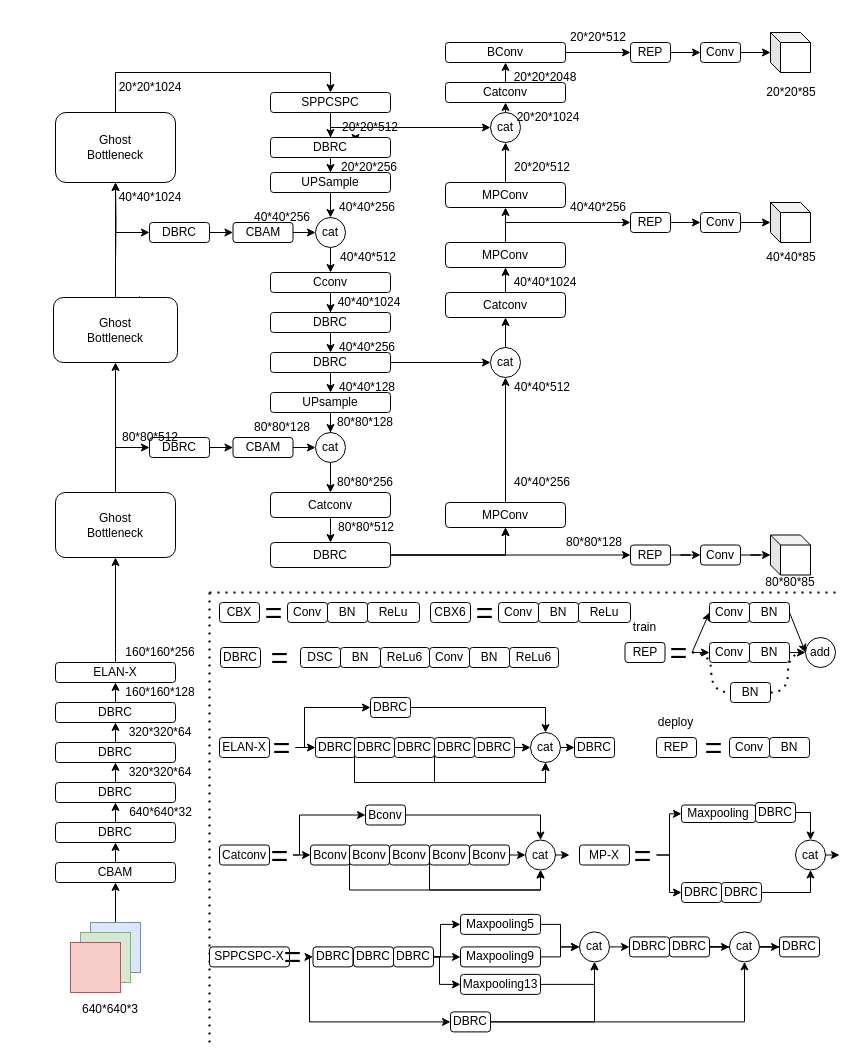
The draw.io diagram yolov7-xs.drawio in YANGJUNYAN0715/papers, before the edit. Source tidied: cells renumbered, new cells numbered last; positions are measured from the earlier drawing's top-left corner, leaving out a move shared by most shapes. Both pictures are drawn from the tidied source at 100%, with x=0, y=0 at pixel (53, 22).
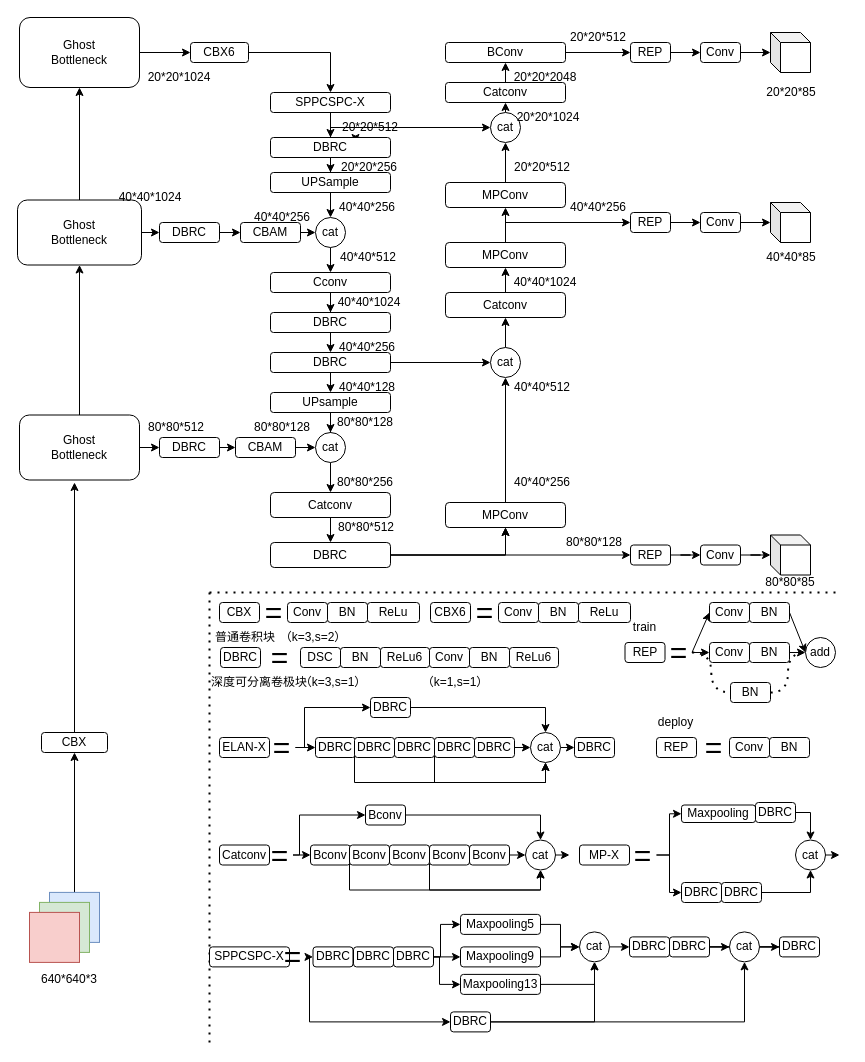
The same page after the edit.

Diff of the diagram source:
```diff
@@
-    <mxCell id="2" style="edgeStyle=orthogonalEdgeStyle;rounded=0;jettySize=auto;html=1;exitX=0.5;exitY=0;exitDx=0;exitDy=0;entryX=0.5;entryY=1;entryDx=0;entryDy=0;startArrow=none;" parent="1" edge="1" source="239" target="8">
-      <mxGeometry relative="1" as="geometry" />
-    </mxCell>
@@
     <mxCell id="4" style="whiteSpace=wrap;html=1;fillColor=#dae8fc;strokeColor=#6c8ebf;" parent="1" vertex="1">
-      <mxGeometry x="37" y="900" width="50" height="50" as="geometry" />
+      <mxGeometry x="-4" y="869.9" width="50" height="50" as="geometry" />
     </mxCell>
     <mxCell id="5" style="whiteSpace=wrap;html=1;fillColor=#d5e8d4;strokeColor=#82b366;" parent="1" vertex="1">
-      <mxGeometry x="27" y="910" width="50" height="50" as="geometry" />
+      <mxGeometry x="-14" y="879.9" width="50" height="50" as="geometry" />
     </mxCell>
     <mxCell id="6" style="whiteSpace=wrap;html=1;fillColor=#f8cecc;strokeColor=#b85450;" parent="1" vertex="1">
-      <mxGeometry x="17" y="920" width="50" height="50" as="geometry" />
+      <mxGeometry x="-24" y="889.9" width="50" height="50" as="geometry" />
     </mxCell>
-    <mxCell id="7" style="edgeStyle=orthogonalEdgeStyle;rounded=0;jettySize=auto;html=1;exitX=0.5;exitY=0;exitDx=0;exitDy=0;" parent="1" edge="1" source="8" target="10">
-      <mxGeometry relative="1" as="geometry" />
-    </mxCell>
-    <mxCell id="8" value="DBRC" style="rounded=1;whiteSpace=wrap;html=1;" parent="1" vertex="1">
-      <mxGeometry x="2" y="800" width="120" height="20" as="geometry" />
-    </mxCell>
-    <mxCell id="9" style="edgeStyle=orthogonalEdgeStyle;rounded=0;jettySize=auto;html=1;" parent="1" edge="1" source="10" target="12">
-      <mxGeometry relative="1" as="geometry" />
-    </mxCell>
-    <mxCell id="10" value="DBRC" style="rounded=1;whiteSpace=wrap;html=1;" parent="1" vertex="1">
-      <mxGeometry x="2" y="760" width="120" height="20" as="geometry" />
-    </mxCell>
-    <mxCell id="11" style="edgeStyle=orthogonalEdgeStyle;rounded=0;jettySize=auto;html=1;exitX=0.5;exitY=0;exitDx=0;exitDy=0;" parent="1" edge="1" source="12" target="14">
-      <mxGeometry relative="1" as="geometry" />
-    </mxCell>
-    <mxCell id="12" value="DBRC" style="rounded=1;whiteSpace=wrap;html=1;" parent="1" vertex="1">
-      <mxGeometry x="2" y="720" width="120" height="20" as="geometry" />
-    </mxCell>
-    <mxCell id="13" style="edgeStyle=orthogonalEdgeStyle;rounded=0;jettySize=auto;html=1;exitX=0.5;exitY=0;exitDx=0;exitDy=0;" parent="1" edge="1" source="14" target="16">
-      <mxGeometry relative="1" as="geometry" />
-    </mxCell>
-    <mxCell id="14" value="DBRC" style="rounded=1;whiteSpace=wrap;html=1;" parent="1" vertex="1">
-      <mxGeometry x="2" y="680" width="120" height="20" as="geometry" />
-    </mxCell>
-    <mxCell id="15" style="edgeStyle=orthogonalEdgeStyle;curved=1;rounded=0;jettySize=auto;html=1;exitX=0.5;exitY=0;exitDx=0;exitDy=0;entryX=0.5;entryY=1;entryDx=0;entryDy=0;fontSize=12;" parent="1" edge="1" source="16" target="19">
-      <mxGeometry relative="1" as="geometry" />
-    </mxCell>
-    <mxCell id="16" value="ELAN-X" style="rounded=1;whiteSpace=wrap;html=1;" parent="1" vertex="1">
-      <mxGeometry x="2" y="640" width="120" height="20" as="geometry" />
-    </mxCell>
+    <mxCell id="18" style="edgeStyle=orthogonalEdgeStyle;rounded=0;jettySize=auto;html=1;exitX=0.5;exitY=0;exitDx=0;exitDy=0;entryX=0.5;entryY=1;entryDx=0;entryDy=0;" parent="1" edge="1" source="19" target="155">
+      <mxGeometry relative="1" as="geometry" />
+    </mxCell>
-    <mxCell id="17" style="edgeStyle=orthogonalEdgeStyle;rounded=0;jettySize=auto;html=1;exitX=0.5;exitY=0;exitDx=0;exitDy=0;entryX=0;entryY=0.5;entryDx=0;entryDy=0;" parent="1" edge="1" source="19" target="36">
+    <mxCell id="17" style="edgeStyle=orthogonalEdgeStyle;rounded=0;jettySize=auto;html=1;exitX=1;exitY=0.5;exitDx=0;exitDy=0;entryX=0;entryY=0.5;entryDx=0;entryDy=0;" parent="1" edge="1" source="19" target="36">
       <mxGeometry relative="1" as="geometry" />
     </mxCell>
-    <mxCell id="18" style="edgeStyle=orthogonalEdgeStyle;rounded=0;jettySize=auto;html=1;fontSize=30;" parent="1" edge="1" source="19" target="155">
-      <mxGeometry relative="1" as="geometry" />
-    </mxCell>
     <mxCell id="19" value="Ghost&lt;br&gt;Bottleneck" style="rounded=1;whiteSpace=wrap;html=1;" parent="1" vertex="1">
-      <mxGeometry x="2" y="470" width="120" height="65" as="geometry" />
+      <mxGeometry x="-34" y="392.5" width="120" height="65" as="geometry" />
     </mxCell>
-    <mxCell id="20" style="edgeStyle=orthogonalEdgeStyle;rounded=0;jettySize=auto;html=1;exitX=0.5;exitY=0;exitDx=0;exitDy=0;entryX=0.5;entryY=1;entryDx=0;entryDy=0;" parent="1" edge="1" target="22">
-      <mxGeometry relative="1" as="geometry">
-        <mxPoint x="62" y="240" as="sourcePoint" />
-      </mxGeometry>
-    </mxCell>
-    <mxCell id="21" style="edgeStyle=orthogonalEdgeStyle;rounded=0;jettySize=auto;html=1;exitX=0.5;exitY=0;exitDx=0;exitDy=0;entryX=0.5;entryY=0;entryDx=0;entryDy=0;" parent="1" edge="1" source="22" target="25">
-      <mxGeometry relative="1" as="geometry" />
-    </mxCell>
+    <mxCell id="240" style="edgeStyle=orthogonalEdgeStyle;rounded=0;jettySize=auto;html=1;" parent="1" edge="1" source="22" target="248">
+      <mxGeometry relative="1" as="geometry" />
+    </mxCell>
     <mxCell id="22" value="Ghost&lt;br&gt;Bottleneck" style="rounded=1;whiteSpace=wrap;html=1;" parent="1" vertex="1">
-      <mxGeometry x="2" y="90" width="120" height="70" as="geometry" />
+      <mxGeometry x="-34" y="-5" width="120" height="70" as="geometry" />
     </mxCell>
@@
-    <mxCell id="25" value="SPPCSPC" style="rounded=1;whiteSpace=wrap;html=1;" parent="1" vertex="1">
+    <mxCell id="25" value="SPPCSPC-X" style="rounded=1;whiteSpace=wrap;html=1;" parent="1" vertex="1">
       <mxGeometry x="217" y="70" width="120" height="20" as="geometry" />
     </mxCell>
@@
     <mxCell id="34" value="DBRC" style="rounded=1;whiteSpace=wrap;html=1;" parent="1" vertex="1">
-      <mxGeometry x="96" y="200" width="60" height="20" as="geometry" />
+      <mxGeometry x="106" y="200" width="60" height="20" as="geometry" />
     </mxCell>
@@
     <mxCell id="36" value="DBRC" style="rounded=1;whiteSpace=wrap;html=1;" parent="1" vertex="1">
-      <mxGeometry x="96" y="415" width="60" height="20" as="geometry" />
+      <mxGeometry x="106" y="415" width="60" height="20" as="geometry" />
     </mxCell>
@@
+    <mxCell id="154" style="edgeStyle=orthogonalEdgeStyle;rounded=0;jettySize=auto;html=1;exitX=1;exitY=0.5;exitDx=0;exitDy=0;entryX=0;entryY=0.5;entryDx=0;entryDy=0;" parent="1" edge="1" source="155" target="34">
+      <mxGeometry relative="1" as="geometry" />
+    </mxCell>
@@
-    <mxCell id="153" style="edgeStyle=orthogonalEdgeStyle;rounded=0;jettySize=auto;html=1;exitX=0.5;exitY=0;exitDx=0;exitDy=0;" parent="1" edge="1" source="155">
-      <mxGeometry relative="1" as="geometry">
-        <mxPoint x="86" y="273" as="targetPoint" />
-      </mxGeometry>
-    </mxCell>
-    <mxCell id="154" style="edgeStyle=orthogonalEdgeStyle;rounded=0;jettySize=auto;html=1;exitX=0.5;exitY=0;exitDx=0;exitDy=0;entryX=0;entryY=0.5;entryDx=0;entryDy=0;" parent="1" edge="1" source="155" target="34">
-      <mxGeometry relative="1" as="geometry" />
-    </mxCell>
     <mxCell id="155" value="Ghost&lt;br&gt;Bottleneck" style="rounded=1;whiteSpace=wrap;html=1;" parent="1" vertex="1">
-      <mxGeometry y="275" width="124" height="65" as="geometry" />
+      <mxGeometry x="-36" y="177.5" width="124" height="65" as="geometry" />
     </mxCell>
@@
     <mxCell id="188" value="640*640*3" style="text;html=1;strokeColor=none;fillColor=none;align=center;verticalAlign=middle;whiteSpace=wrap;rounded=0;strokeWidth=1;fontSize=12;" parent="1" vertex="1">
-      <mxGeometry x="27" y="972" width="60" height="30" as="geometry" />
+      <mxGeometry x="-14" y="941.9" width="60" height="30" as="geometry" />
     </mxCell>
-    <mxCell id="189" value="640*640*32" style="text;html=1;strokeColor=none;fillColor=none;align=center;verticalAlign=middle;whiteSpace=wrap;rounded=0;strokeWidth=1;fontSize=12;" parent="1" vertex="1">
-      <mxGeometry x="78" y="775" width="59" height="30" as="geometry" />
-    </mxCell>
-    <mxCell id="190" value="320*320*64" style="text;html=1;strokeColor=none;fillColor=none;align=center;verticalAlign=middle;whiteSpace=wrap;rounded=0;strokeWidth=1;fontSize=12;" parent="1" vertex="1">
-      <mxGeometry x="77" y="735" width="60" height="30" as="geometry" />
-    </mxCell>
-    <mxCell id="191" value="320*320*64" style="text;html=1;strokeColor=none;fillColor=none;align=center;verticalAlign=middle;whiteSpace=wrap;rounded=0;strokeWidth=1;fontSize=12;" parent="1" vertex="1">
-      <mxGeometry x="77" y="695" width="60" height="30" as="geometry" />
-    </mxCell>
-    <mxCell id="192" value="160*160*128" style="text;html=1;strokeColor=none;fillColor=none;align=center;verticalAlign=middle;whiteSpace=wrap;rounded=0;strokeWidth=1;fontSize=12;" parent="1" vertex="1">
-      <mxGeometry x="77" y="655" width="60" height="30" as="geometry" />
-    </mxCell>
-    <mxCell id="193" value="160*160*256" style="text;html=1;strokeColor=none;fillColor=none;align=center;verticalAlign=middle;whiteSpace=wrap;rounded=0;strokeWidth=1;fontSize=12;" parent="1" vertex="1">
-      <mxGeometry x="77" y="615" width="60" height="30" as="geometry" />
-    </mxCell>
     <mxCell id="194" value="80*80*512" style="text;html=1;strokeColor=none;fillColor=none;align=center;verticalAlign=middle;whiteSpace=wrap;rounded=0;strokeWidth=1;fontSize=12;" parent="1" vertex="1">
-      <mxGeometry x="67" y="400" width="60" height="30" as="geometry" />
+      <mxGeometry x="92.5" y="390" width="60" height="30" as="geometry" />
     </mxCell>
@@
     <mxCell id="196" value="20*20*1024" style="text;html=1;strokeColor=none;fillColor=none;align=center;verticalAlign=middle;whiteSpace=wrap;rounded=0;strokeWidth=1;fontSize=12;" parent="1" vertex="1">
-      <mxGeometry x="67" y="50" width="60" height="30" as="geometry" />
+      <mxGeometry x="96" y="40" width="60" height="30" as="geometry" />
     </mxCell>
@@
     <mxCell id="223" value="CBAM" style="rounded=1;whiteSpace=wrap;html=1;" parent="1" vertex="1">
-      <mxGeometry x="179.5" y="200" width="60" height="20" as="geometry" />
+      <mxGeometry x="187" y="200" width="60" height="20" as="geometry" />
     </mxCell>
@@
     <mxCell id="225" value="CBAM" style="rounded=1;whiteSpace=wrap;html=1;" parent="1" vertex="1">
-      <mxGeometry x="179.5" y="415" width="60" height="20" as="geometry" />
+      <mxGeometry x="182" y="415" width="60" height="20" as="geometry" />
     </mxCell>
@@
+    <mxCell id="241" style="edgeStyle=orthogonalEdgeStyle;rounded=0;jettySize=auto;html=1;exitX=0.5;exitY=0;exitDx=0;exitDy=0;" parent="1" edge="1" source="239">
+      <mxGeometry relative="1" as="geometry">
+        <mxPoint x="21" y="460" as="targetPoint" />
+      </mxGeometry>
+    </mxCell>
-    <mxCell id="239" value="CBAM" style="rounded=1;whiteSpace=wrap;html=1;" parent="1" vertex="1">
-      <mxGeometry x="2" y="840" width="120" height="20" as="geometry" />
+    <mxCell id="239" value="CBX" style="rounded=1;whiteSpace=wrap;html=1;" parent="1" vertex="1">
+      <mxGeometry x="-12" y="710" width="66" height="20" as="geometry" />
     </mxCell>
+    <mxCell id="242" value="普通卷积块" style="text;html=1;strokeColor=none;fillColor=none;align=center;verticalAlign=middle;whiteSpace=wrap;rounded=0;" parent="1" vertex="1">
+      <mxGeometry x="156" y="600" width="72" height="30" as="geometry" />
+    </mxCell>
+    <mxCell id="243" value="深度可分离卷极块" style="text;html=1;strokeColor=none;fillColor=none;align=center;verticalAlign=middle;whiteSpace=wrap;rounded=0;" parent="1" vertex="1">
+      <mxGeometry x="152.5" y="645" width="106" height="30" as="geometry" />
+    </mxCell>
+    <mxCell id="244" value="（k=3,s=2）" style="text;html=1;strokeColor=none;fillColor=none;align=center;verticalAlign=middle;whiteSpace=wrap;rounded=0;" parent="1" vertex="1">
+      <mxGeometry x="224" y="600" width="72" height="30" as="geometry" />
+    </mxCell>
+    <mxCell id="245" value="（k=3,s=1）" style="text;html=1;strokeColor=none;fillColor=none;align=center;verticalAlign=middle;whiteSpace=wrap;rounded=0;" parent="1" vertex="1">
+      <mxGeometry x="243.5" y="645" width="72" height="30" as="geometry" />
+    </mxCell>
+    <mxCell id="246" value="（k=1,s=1）" style="text;html=1;strokeColor=none;fillColor=none;align=center;verticalAlign=middle;whiteSpace=wrap;rounded=0;" parent="1" vertex="1">
+      <mxGeometry x="366" y="645" width="72" height="30" as="geometry" />
+    </mxCell>
+    <mxCell id="247" style="edgeStyle=orthogonalEdgeStyle;rounded=0;jettySize=auto;html=1;exitX=1;exitY=0.5;exitDx=0;exitDy=0;entryX=0.5;entryY=0;entryDx=0;entryDy=0;" parent="1" edge="1" source="248" target="25">
+      <mxGeometry relative="1" as="geometry" />
+    </mxCell>
+    <mxCell id="248" value="CBX6" style="rounded=1;whiteSpace=wrap;html=1;" parent="1" vertex="1">
+      <mxGeometry x="137" y="20" width="58" height="20" as="geometry" />
+    </mxCell>
```
